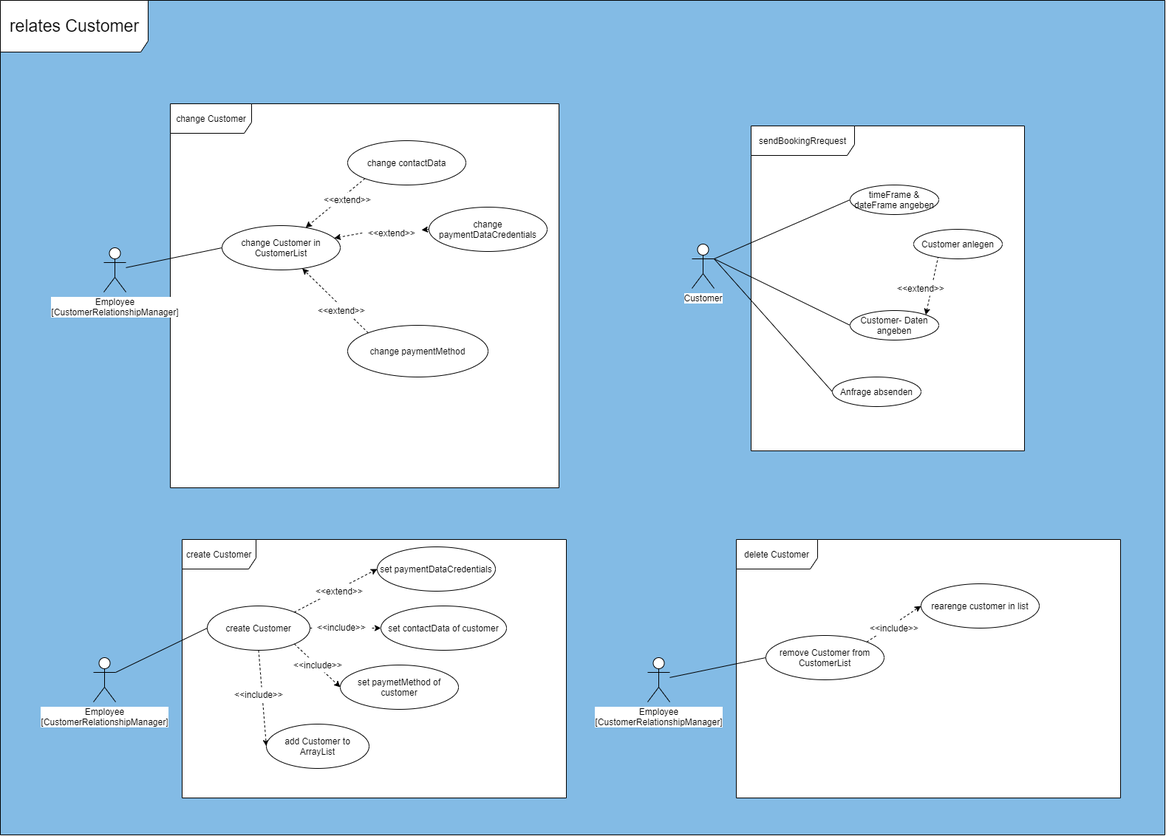
Earlier version of the draw.io export UseCaseDiagramme/UseCaseDiagramme_Customer.png (fh-erfurt/Businesshotel-Roommanager). Source tidied: cells renumbered, new cells last; positions are measured from the earlier drawing's top-left corner, leaving out a move shared by most shapes.
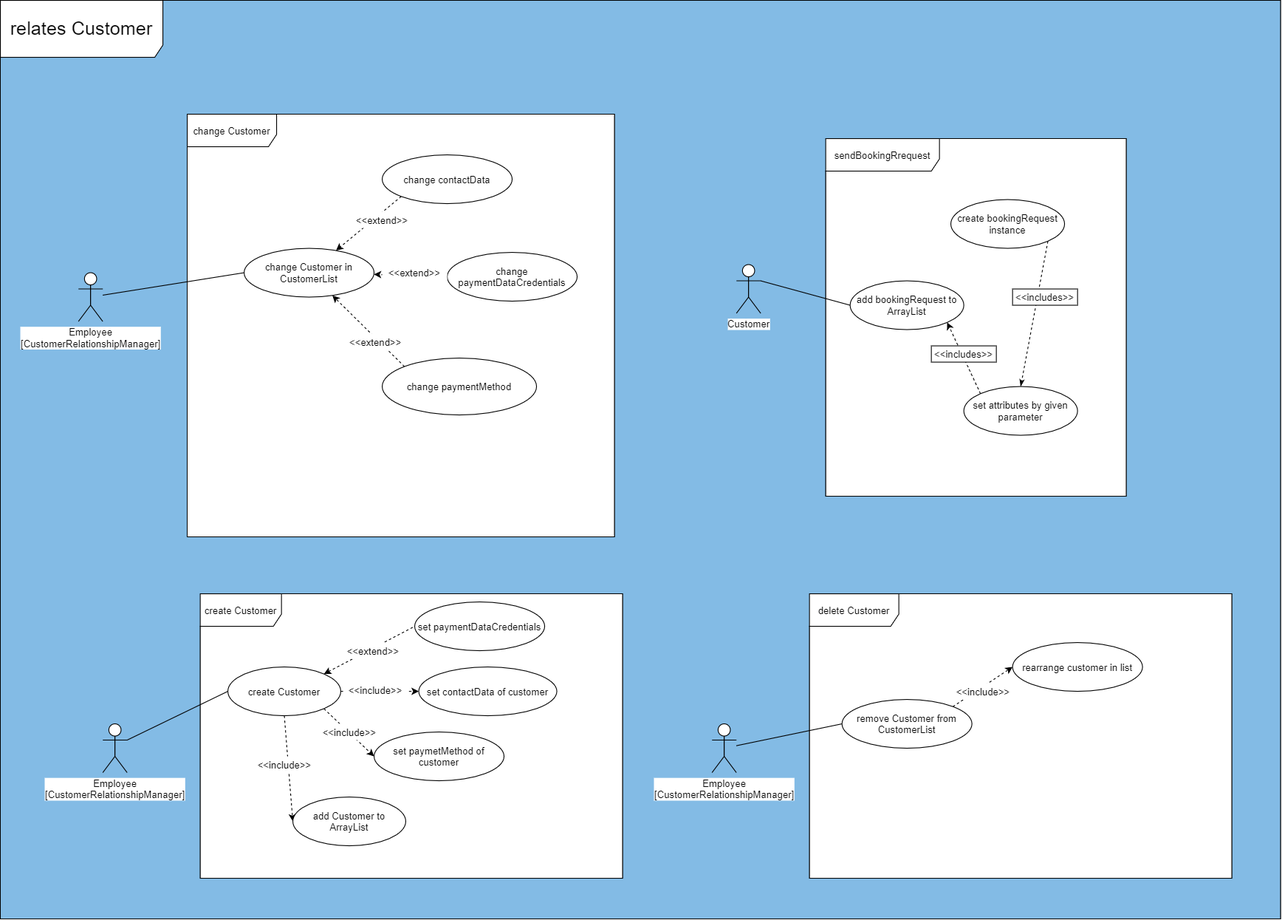
After the commit.

The edit, as a diff of the source:
```diff
@@ -10,7 +10,7 @@
     </mxCell>
-    <mxCell id="4" style="edgeStyle=none;rounded=0;jettySize=auto;html=1;exitX=1;exitY=0.3333333333333333;exitDx=0;exitDy=0;exitPerimeter=0;entryX=0;entryY=0.5;entryDx=0;entryDy=0;endArrow=none;endFill=0;" parent="1" edge="1" source="7" target="8">
-      <mxGeometry relative="1" as="geometry" />
+    <mxCell id="4" value="change Customer" style="shape=umlFrame;whiteSpace=wrap;html=1;width=110;height=40;swimlaneFillColor=#ffffff;" parent="1" vertex="1">
+      <mxGeometry x="230" y="140" width="526" height="520" as="geometry" />
     </mxCell>
-    <mxCell id="5" style="edgeStyle=none;rounded=0;jettySize=auto;html=1;exitX=1;exitY=0.3333333333333333;exitDx=0;exitDy=0;exitPerimeter=0;entryX=0;entryY=0.5;entryDx=0;entryDy=0;endArrow=none;endFill=0;" parent="1" edge="1" source="7" target="11">
-      <mxGeometry relative="1" as="geometry" />
+    <mxCell id="5" value="create Customer" style="shape=umlFrame;whiteSpace=wrap;html=1;width=100;height=40;swimlaneFillColor=#ffffff;" parent="1" vertex="1">
+      <mxGeometry x="246" y="730" width="520" height="350" as="geometry" />
     </mxCell>
@@ -19,134 +19,128 @@
     </mxCell>
-    <mxCell id="7" value="Customer" style="shape=umlActor;verticalLabelPosition=bottom;labelBackgroundColor=#ffffff;verticalAlign=top;html=1;outlineConnect=0;" parent="1" vertex="1">
-      <mxGeometry x="936" y="330" width="30" height="60" as="geometry" />
+    <mxCell id="7" value="Employee&lt;br&gt;[CustomerRelationshipManager]" style="shape=umlActor;verticalLabelPosition=bottom;verticalAlign=top;html=1;labelBackgroundColor=#ffffff;" parent="1" vertex="1">
+      <mxGeometry x="126" y="890" width="30" height="60" as="geometry" />
     </mxCell>
-    <mxCell id="8" value="timeFrame &amp;amp; dateFrame angeben" style="ellipse;whiteSpace=wrap;html=1;" parent="1" vertex="1">
-      <mxGeometry x="1150" y="250" width="120" height="40" as="geometry" />
+    <mxCell id="8" style="rounded=0;jettySize=auto;html=1;exitX=1;exitY=0;exitDx=0;exitDy=0;entryX=0;entryY=0.5;entryDx=0;entryDy=0;dashed=1;startArrow=classic;startFill=1;endArrow=none;endFill=0;" parent="1" edge="1" source="12" target="24">
+      <mxGeometry relative="1" as="geometry" />
     </mxCell>
-    <mxCell id="9" value="Customer anlegen" style="ellipse;whiteSpace=wrap;html=1;" parent="1" vertex="1">
-      <mxGeometry x="1236" y="310" width="120" height="40" as="geometry" />
+    <mxCell id="9" style="edgeStyle=none;rounded=0;jettySize=auto;html=1;exitX=1;exitY=0.5;exitDx=0;exitDy=0;dashed=1;" parent="1" edge="1" source="12" target="22">
+      <mxGeometry relative="1" as="geometry" />
     </mxCell>
-    <mxCell id="10" style="edgeStyle=none;rounded=0;jettySize=auto;html=1;exitX=1;exitY=0;exitDx=0;exitDy=0;entryX=0.275;entryY=0.95;entryDx=0;entryDy=0;endArrow=none;endFill=0;dashed=1;entryPerimeter=0;startArrow=classic;startFill=1;" parent="1" edge="1" source="11" target="9">
+    <mxCell id="10" style="edgeStyle=none;rounded=0;jettySize=auto;html=1;exitX=1;exitY=1;exitDx=0;exitDy=0;entryX=0;entryY=0.5;entryDx=0;entryDy=0;dashed=1;" parent="1" edge="1" source="12" target="23">
       <mxGeometry relative="1" as="geometry" />
     </mxCell>
-    <mxCell id="11" value="Customer- Daten angeben" style="ellipse;whiteSpace=wrap;html=1;" parent="1" vertex="1">
-      <mxGeometry x="1150" y="420" width="120" height="40" as="geometry" />
+    <mxCell id="11" style="edgeStyle=none;rounded=0;jettySize=auto;html=1;exitX=0.5;exitY=1;exitDx=0;exitDy=0;entryX=0;entryY=0.5;entryDx=0;entryDy=0;dashed=1;" parent="1" edge="1" source="12" target="21">
+      <mxGeometry relative="1" as="geometry" />
     </mxCell>
-    <mxCell id="12" value="Anfrage absenden" style="ellipse;whiteSpace=wrap;html=1;" parent="1" vertex="1">
-      <mxGeometry x="1126" y="510" width="120" height="40" as="geometry" />
+    <mxCell id="12" value="create Customer" style="ellipse;whiteSpace=wrap;html=1;" parent="1" vertex="1">
+      <mxGeometry x="280" y="820" width="139" height="60" as="geometry" />
     </mxCell>
-    <mxCell id="13" value="&amp;lt;&amp;lt;extend&amp;gt;&amp;gt;" style="rounded=0;whiteSpace=wrap;html=1;strokeColor=none;" parent="1" vertex="1">
-      <mxGeometry x="1206" y="380" width="80" height="20" as="geometry" />
+    <mxCell id="13" style="rounded=0;jettySize=auto;html=1;entryX=0;entryY=0.5;entryDx=0;entryDy=0;endArrow=none;endFill=0;" parent="1" edge="1" source="14" target="15">
+      <mxGeometry relative="1" as="geometry" />
     </mxCell>
-    <mxCell id="14" value="change Customer" style="shape=umlFrame;whiteSpace=wrap;html=1;width=110;height=40;swimlaneFillColor=#ffffff;" parent="1" vertex="1">
-      <mxGeometry x="230" y="140" width="526" height="520" as="geometry" />
+    <mxCell id="14" value="Employee&lt;br&gt;[CustomerRelationshipManager]" style="shape=umlActor;verticalLabelPosition=bottom;verticalAlign=top;html=1;labelBackgroundColor=#ffffff;" parent="1" vertex="1">
+      <mxGeometry x="96" y="335" width="30" height="60" as="geometry" />
     </mxCell>
-    <mxCell id="15" value="create Customer" style="shape=umlFrame;whiteSpace=wrap;html=1;width=100;height=40;swimlaneFillColor=#ffffff;" parent="1" vertex="1">
-      <mxGeometry x="246" y="730" width="520" height="350" as="geometry" />
+    <mxCell id="15" value="change Customer in CustomerList" style="ellipse;whiteSpace=wrap;html=1;" parent="1" vertex="1">
+      <mxGeometry x="300" y="305" width="160" height="60" as="geometry" />
     </mxCell>
-    <mxCell id="16" style="edgeStyle=none;rounded=0;jettySize=auto;html=1;exitX=1;exitY=0.3333333333333333;exitDx=0;exitDy=0;exitPerimeter=0;entryX=0;entryY=0.5;entryDx=0;entryDy=0;endArrow=none;endFill=0;" parent="1" edge="1" source="17" target="22">
-      <mxGeometry relative="1" as="geometry" />
+    <mxCell id="16" value="delete Customer" style="shape=umlFrame;whiteSpace=wrap;html=1;width=110;height=40;swimlaneFillColor=#ffffff;" parent="1" vertex="1">
+      <mxGeometry x="996" y="730" width="520" height="350" as="geometry" />
     </mxCell>
-    <mxCell id="17" value="Employee&lt;br&gt;[CustomerRelationshipManager]" style="shape=umlActor;verticalLabelPosition=bottom;verticalAlign=top;html=1;labelBackgroundColor=#ffffff;" parent="1" vertex="1">
-      <mxGeometry x="126" y="890" width="30" height="60" as="geometry" />
+    <mxCell id="17" style="rounded=0;jettySize=auto;html=1;entryX=0;entryY=0.5;entryDx=0;entryDy=0;endArrow=none;endFill=0;" parent="1" edge="1" source="18" target="20">
+      <mxGeometry relative="1" as="geometry" />
     </mxCell>
-    <mxCell id="18" style="rounded=0;jettySize=auto;html=1;exitX=1;exitY=0;exitDx=0;exitDy=0;entryX=0;entryY=0.5;entryDx=0;entryDy=0;dashed=1;" parent="1" edge="1" source="22" target="34">
-      <mxGeometry relative="1" as="geometry" />
+    <mxCell id="18" value="Employee&lt;br&gt;[CustomerRelationshipManager]" style="shape=umlActor;verticalLabelPosition=bottom;verticalAlign=top;html=1;labelBackgroundColor=#ffffff;" parent="1" vertex="1">
+      <mxGeometry x="876" y="890" width="30" height="60" as="geometry" />
     </mxCell>
-    <mxCell id="19" style="edgeStyle=none;rounded=0;jettySize=auto;html=1;exitX=1;exitY=0.5;exitDx=0;exitDy=0;dashed=1;" parent="1" edge="1" source="22" target="32">
+    <mxCell id="19" style="edgeStyle=none;rounded=0;jettySize=auto;html=1;exitX=1;exitY=0;exitDx=0;exitDy=0;entryX=0;entryY=0.5;entryDx=0;entryDy=0;dashed=1;" parent="1" edge="1" source="20" target="29">
       <mxGeometry relative="1" as="geometry" />
     </mxCell>
-    <mxCell id="20" style="edgeStyle=none;rounded=0;jettySize=auto;html=1;exitX=1;exitY=1;exitDx=0;exitDy=0;entryX=0;entryY=0.5;entryDx=0;entryDy=0;dashed=1;" parent="1" edge="1" source="22" target="33">
-      <mxGeometry relative="1" as="geometry" />
+    <mxCell id="20" value="remove Customer from CustomerList" style="ellipse;whiteSpace=wrap;html=1;" parent="1" vertex="1">
+      <mxGeometry x="1036" y="860" width="160" height="60" as="geometry" />
     </mxCell>
-    <mxCell id="21" style="edgeStyle=none;rounded=0;jettySize=auto;html=1;exitX=0.5;exitY=1;exitDx=0;exitDy=0;entryX=0;entryY=0.5;entryDx=0;entryDy=0;dashed=1;" parent="1" edge="1" source="22" target="31">
-      <mxGeometry relative="1" as="geometry" />
+    <mxCell id="21" value="add Customer to ArrayList" style="ellipse;whiteSpace=wrap;html=1;" parent="1" vertex="1">
+      <mxGeometry x="360" y="980" width="139" height="60" as="geometry" />
     </mxCell>
-    <mxCell id="22" value="create Customer" style="ellipse;whiteSpace=wrap;html=1;" parent="1" vertex="1">
-      <mxGeometry x="280" y="820" width="139" height="60" as="geometry" />
+    <mxCell id="22" value="set contactData of customer" style="ellipse;whiteSpace=wrap;html=1;" parent="1" vertex="1">
+      <mxGeometry x="515" y="820" width="170" height="60" as="geometry" />
     </mxCell>
-    <mxCell id="23" style="rounded=0;jettySize=auto;html=1;entryX=0;entryY=0.5;entryDx=0;entryDy=0;endArrow=none;endFill=0;" parent="1" edge="1" source="24" target="25">
-      <mxGeometry relative="1" as="geometry" />
+    <mxCell id="23" value="set paymetMethod of customer" style="ellipse;whiteSpace=wrap;html=1;" parent="1" vertex="1">
+      <mxGeometry x="460" y="900" width="160" height="60" as="geometry" />
     </mxCell>
-    <mxCell id="24" value="Employee&lt;br&gt;[CustomerRelationshipManager]" style="shape=umlActor;verticalLabelPosition=bottom;verticalAlign=top;html=1;labelBackgroundColor=#ffffff;" parent="1" vertex="1">
-      <mxGeometry x="140" y="335" width="30" height="60" as="geometry" />
+    <mxCell id="24" value="set paymentDataCredentials" style="ellipse;whiteSpace=wrap;html=1;" parent="1" vertex="1">
+      <mxGeometry x="510" y="740" width="160" height="60" as="geometry" />
     </mxCell>
-    <mxCell id="25" value="change Customer in CustomerList" style="ellipse;whiteSpace=wrap;html=1;" parent="1" vertex="1">
-      <mxGeometry x="300" y="305" width="160" height="60" as="geometry" />
+    <mxCell id="25" value="&amp;lt;&amp;lt;extend&amp;gt;&amp;gt;" style="rounded=0;whiteSpace=wrap;html=1;strokeColor=none;" parent="1" vertex="1">
+      <mxGeometry x="419" y="790" width="80" height="20" as="geometry" />
     </mxCell>
-    <mxCell id="26" value="delete Customer" style="shape=umlFrame;whiteSpace=wrap;html=1;width=110;height=40;swimlaneFillColor=#ffffff;" parent="1" vertex="1">
-      <mxGeometry x="996" y="730" width="520" height="350" as="geometry" />
+    <mxCell id="26" value="&amp;lt;&amp;lt;include&amp;gt;&amp;gt;" style="rounded=0;whiteSpace=wrap;html=1;strokeColor=none;" parent="1" vertex="1">
+      <mxGeometry x="309.5" y="930" width="80" height="20" as="geometry" />
     </mxCell>
-    <mxCell id="27" style="rounded=0;jettySize=auto;html=1;entryX=0;entryY=0.5;entryDx=0;entryDy=0;endArrow=none;endFill=0;" parent="1" edge="1" source="28" target="30">
-      <mxGeometry relative="1" as="geometry" />
+    <mxCell id="27" value="&amp;lt;&amp;lt;include&amp;gt;&amp;gt;" style="rounded=0;whiteSpace=wrap;html=1;strokeColor=none;" parent="1" vertex="1">
+      <mxGeometry x="422" y="839" width="80" height="20" as="geometry" />
     </mxCell>
-    <mxCell id="28" value="Employee&lt;br&gt;[CustomerRelationshipManager]" style="shape=umlActor;verticalLabelPosition=bottom;verticalAlign=top;html=1;labelBackgroundColor=#ffffff;" parent="1" vertex="1">
-      <mxGeometry x="876" y="890" width="30" height="60" as="geometry" />
+    <mxCell id="28" value="&amp;lt;&amp;lt;include&amp;gt;&amp;gt;" style="rounded=0;whiteSpace=wrap;html=1;strokeColor=none;" parent="1" vertex="1">
+      <mxGeometry x="389.5" y="890" width="80" height="20" as="geometry" />
     </mxCell>
-    <mxCell id="29" style="edgeStyle=none;rounded=0;jettySize=auto;html=1;exitX=1;exitY=0;exitDx=0;exitDy=0;entryX=0;entryY=0.5;entryDx=0;entryDy=0;dashed=1;" parent="1" edge="1" source="30" target="39">
-      <mxGeometry relative="1" as="geometry" />
+    <mxCell id="29" value="rearrange customer in list" style="ellipse;whiteSpace=wrap;html=1;" parent="1" vertex="1">
+      <mxGeometry x="1246" y="790" width="160" height="60" as="geometry" />
     </mxCell>
-    <mxCell id="30" value="remove Customer from CustomerList" style="ellipse;whiteSpace=wrap;html=1;" parent="1" vertex="1">
-      <mxGeometry x="1036" y="860" width="160" height="60" as="geometry" />
+    <mxCell id="30" value="&amp;lt;&amp;lt;include&amp;gt;&amp;gt;" style="rounded=0;whiteSpace=wrap;html=1;strokeColor=none;" parent="1" vertex="1">
+      <mxGeometry x="1170" y="840" width="80" height="20" as="geometry" />
     </mxCell>
-    <mxCell id="31" value="add Customer to ArrayList" style="ellipse;whiteSpace=wrap;html=1;" parent="1" vertex="1">
-      <mxGeometry x="360" y="980" width="139" height="60" as="geometry" />
+    <mxCell id="31" style="edgeStyle=none;rounded=0;jettySize=auto;html=1;exitX=0;exitY=1;exitDx=0;exitDy=0;dashed=1;" parent="1" edge="1" source="32" target="15">
+      <mxGeometry relative="1" as="geometry" />
     </mxCell>
-    <mxCell id="32" value="set contactData of customer" style="ellipse;whiteSpace=wrap;html=1;" parent="1" vertex="1">
-      <mxGeometry x="515" y="820" width="170" height="60" as="geometry" />
+    <mxCell id="32" value="change contactData" style="ellipse;whiteSpace=wrap;html=1;" parent="1" vertex="1">
+      <mxGeometry x="470" y="190" width="160" height="60" as="geometry" />
     </mxCell>
-    <mxCell id="33" value="set paymetMethod of customer" style="ellipse;whiteSpace=wrap;html=1;" parent="1" vertex="1">
-      <mxGeometry x="460" y="900" width="160" height="60" as="geometry" />
+    <mxCell id="33" style="edgeStyle=none;rounded=0;jettySize=auto;html=1;exitX=0;exitY=0.5;exitDx=0;exitDy=0;dashed=1;" parent="1" edge="1" source="34" target="15">
+      <mxGeometry relative="1" as="geometry" />
     </mxCell>
-    <mxCell id="34" value="set paymentDataCredentials" style="ellipse;whiteSpace=wrap;html=1;" parent="1" vertex="1">
-      <mxGeometry x="510" y="740" width="160" height="60" as="geometry" />
+    <mxCell id="34" value="change paymentDataCredentials" style="ellipse;whiteSpace=wrap;html=1;" parent="1" vertex="1">
+      <mxGeometry x="550" y="310" width="160" height="60" as="geometry" />
     </mxCell>
-    <mxCell id="35" value="&amp;lt;&amp;lt;extend&amp;gt;&amp;gt;" style="rounded=0;whiteSpace=wrap;html=1;strokeColor=none;" parent="1" vertex="1">
-      <mxGeometry x="419" y="790" width="80" height="20" as="geometry" />
+    <mxCell id="35" style="edgeStyle=none;rounded=0;jettySize=auto;html=1;exitX=0;exitY=0;exitDx=0;exitDy=0;dashed=1;" parent="1" edge="1" source="36" target="15">
+      <mxGeometry relative="1" as="geometry" />
     </mxCell>
-    <mxCell id="36" value="&amp;lt;&amp;lt;include&amp;gt;&amp;gt;" style="rounded=0;whiteSpace=wrap;html=1;strokeColor=none;" parent="1" vertex="1">
-      <mxGeometry x="309.5" y="930" width="80" height="20" as="geometry" />
+    <mxCell id="36" value="change paymentMethod" style="ellipse;whiteSpace=wrap;html=1;" parent="1" vertex="1">
+      <mxGeometry x="470" y="440" width="190" height="70" as="geometry" />
     </mxCell>
-    <mxCell id="37" value="&amp;lt;&amp;lt;include&amp;gt;&amp;gt;" style="rounded=0;whiteSpace=wrap;html=1;strokeColor=none;" parent="1" vertex="1">
-      <mxGeometry x="422" y="839" width="80" height="20" as="geometry" />
+    <mxCell id="37" value="&amp;lt;&amp;lt;extend&amp;gt;&amp;gt;" style="rounded=0;whiteSpace=wrap;html=1;strokeColor=none;" parent="1" vertex="1">
+      <mxGeometry x="422" y="410" width="80" height="20" as="geometry" />
     </mxCell>
-    <mxCell id="38" value="&amp;lt;&amp;lt;include&amp;gt;&amp;gt;" style="rounded=0;whiteSpace=wrap;html=1;strokeColor=none;" parent="1" vertex="1">
-      <mxGeometry x="389.5" y="890" width="80" height="20" as="geometry" />
+    <mxCell id="38" value="&amp;lt;&amp;lt;extend&amp;gt;&amp;gt;" style="rounded=0;whiteSpace=wrap;html=1;strokeColor=none;" parent="1" vertex="1">
+      <mxGeometry x="470" y="325" width="80" height="20" as="geometry" />
     </mxCell>
-    <mxCell id="39" value="rearenge customer in list" style="ellipse;whiteSpace=wrap;html=1;" parent="1" vertex="1">
-      <mxGeometry x="1246" y="790" width="160" height="60" as="geometry" />
+    <mxCell id="39" value="&amp;lt;&amp;lt;extend&amp;gt;&amp;gt;" style="rounded=0;whiteSpace=wrap;html=1;strokeColor=none;" parent="1" vertex="1">
+      <mxGeometry x="430" y="260" width="80" height="20" as="geometry" />
     </mxCell>
-    <mxCell id="40" value="&amp;lt;&amp;lt;include&amp;gt;&amp;gt;" style="rounded=0;whiteSpace=wrap;html=1;strokeColor=none;" parent="1" vertex="1">
-      <mxGeometry x="1170" y="840" width="80" height="20" as="geometry" />
+    <mxCell id="40" style="edgeStyle=none;rounded=0;jettySize=auto;html=1;exitX=1;exitY=0.3333333333333333;exitDx=0;exitDy=0;exitPerimeter=0;entryX=0;entryY=0.5;entryDx=0;entryDy=0;endArrow=none;endFill=0;" parent="1" edge="1" source="41" target="42">
+      <mxGeometry relative="1" as="geometry" />
     </mxCell>
-    <mxCell id="41" style="edgeStyle=none;rounded=0;jettySize=auto;html=1;exitX=0;exitY=1;exitDx=0;exitDy=0;dashed=1;" parent="1" edge="1" source="42" target="25">
-      <mxGeometry relative="1" as="geometry" />
+    <mxCell id="41" value="Customer" style="shape=umlActor;verticalLabelPosition=bottom;labelBackgroundColor=#ffffff;verticalAlign=top;html=1;outlineConnect=0;" parent="1" vertex="1">
+      <mxGeometry x="906" y="325" width="30" height="60" as="geometry" />
     </mxCell>
-    <mxCell id="42" value="change contactData" style="ellipse;whiteSpace=wrap;html=1;" parent="1" vertex="1">
-      <mxGeometry x="470" y="190" width="160" height="60" as="geometry" />
+    <mxCell id="42" value="add bookingRequest to ArrayList" style="ellipse;whiteSpace=wrap;html=1;" parent="1" vertex="1">
+      <mxGeometry x="1046" y="345" width="140" height="60" as="geometry" />
     </mxCell>
-    <mxCell id="43" style="edgeStyle=none;rounded=0;jettySize=auto;html=1;exitX=0;exitY=0.5;exitDx=0;exitDy=0;dashed=1;" parent="1" edge="1" source="49" target="25">
-      <mxGeometry relative="1" as="geometry" />
+    <mxCell id="43" value="create bookingRequest instance" style="ellipse;whiteSpace=wrap;html=1;" parent="1" vertex="1">
+      <mxGeometry x="1170" y="245" width="140" height="60" as="geometry" />
     </mxCell>
-    <mxCell id="44" value="change paymentDataCredentials" style="ellipse;whiteSpace=wrap;html=1;" parent="1" vertex="1">
-      <mxGeometry x="580" y="280" width="160" height="60" as="geometry" />
+    <mxCell id="44" style="rounded=0;jettySize=auto;html=1;exitX=0;exitY=0;exitDx=0;exitDy=0;entryX=1;entryY=1;entryDx=0;entryDy=0;dashed=1;" parent="1" edge="1" source="45" target="42">
+      <mxGeometry relative="1" as="geometry" />
     </mxCell>
-    <mxCell id="45" style="edgeStyle=none;rounded=0;jettySize=auto;html=1;exitX=0;exitY=0;exitDx=0;exitDy=0;dashed=1;" parent="1" edge="1" source="46" target="25">
-      <mxGeometry relative="1" as="geometry" />
+    <mxCell id="45" value="set attributes by given parameter" style="ellipse;whiteSpace=wrap;html=1;" parent="1" vertex="1">
+      <mxGeometry x="1186" y="475" width="140" height="60" as="geometry" />
     </mxCell>
-    <mxCell id="46" value="change paymentMethod" style="ellipse;whiteSpace=wrap;html=1;" parent="1" vertex="1">
-      <mxGeometry x="470" y="440" width="190" height="70" as="geometry" />
+    <mxCell id="46" style="edgeStyle=none;rounded=0;jettySize=auto;html=1;exitX=1;exitY=1;exitDx=0;exitDy=0;entryX=0.5;entryY=0;entryDx=0;entryDy=0;endArrow=classicThin;endFill=1;dashed=1;" parent="1" edge="1" source="43" target="45">
+      <mxGeometry relative="1" as="geometry" />
     </mxCell>
-    <mxCell id="47" value="&amp;lt;&amp;lt;extend&amp;gt;&amp;gt;" style="rounded=0;whiteSpace=wrap;html=1;strokeColor=none;" parent="1" vertex="1">
-      <mxGeometry x="422" y="410" width="80" height="20" as="geometry" />
+    <mxCell id="47" value="&amp;lt;&amp;lt;includes&amp;gt;&amp;gt;" style="rounded=0;whiteSpace=wrap;html=1;" parent="1" vertex="1">
+      <mxGeometry x="1246" y="355" width="80" height="20" as="geometry" />
     </mxCell>
-    <mxCell id="48" value="&amp;lt;&amp;lt;extend&amp;gt;&amp;gt;" style="rounded=0;whiteSpace=wrap;html=1;strokeColor=none;" parent="1" vertex="1">
-      <mxGeometry x="430" y="260" width="80" height="20" as="geometry" />
+    <mxCell id="48" value="&amp;lt;&amp;lt;includes&amp;gt;&amp;gt;" style="rounded=0;whiteSpace=wrap;html=1;" parent="1" vertex="1">
+      <mxGeometry x="1146" y="425" width="80" height="20" as="geometry" />
     </mxCell>
-    <mxCell id="49" value="&amp;lt;&amp;lt;extend&amp;gt;&amp;gt;" style="rounded=0;whiteSpace=wrap;html=1;strokeColor=none;" parent="1" vertex="1">
-      <mxGeometry x="490" y="305" width="80" height="20" as="geometry" />
-    </mxCell>
-    <mxCell id="50" style="edgeStyle=none;rounded=0;jettySize=auto;html=1;exitX=0;exitY=0.5;exitDx=0;exitDy=0;dashed=1;" parent="1" edge="1" source="44" target="49">
-      <mxGeometry relative="1" as="geometry" />
-    </mxCell>
   </root>
```
